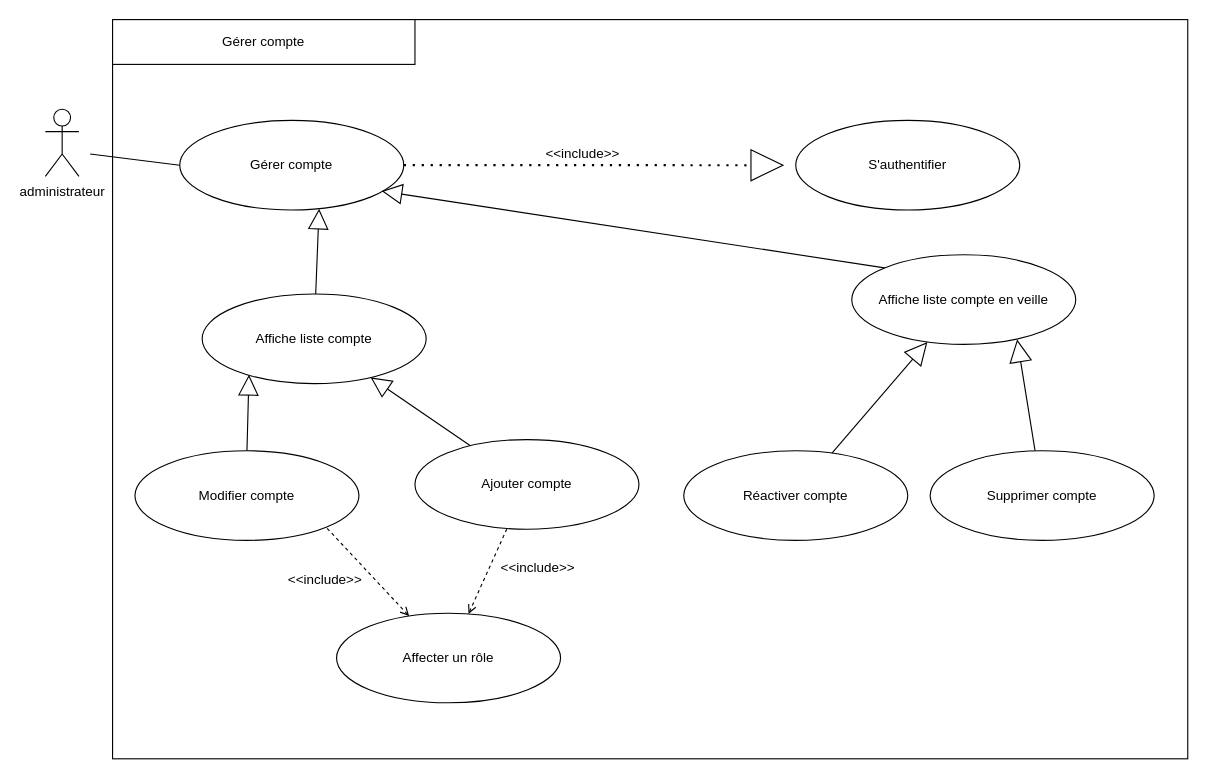
AbdelazizBs/GPAO-SpringApp keeps this draw.io diagram as cuGérerCompte.drawio. Above is the earlier version. Source tidied: cells renumbered, new cells numbered last; positions are measured from the earlier drawing's top-left corner, leaving out a move shared by most shapes. Both pictures are drawn from the tidied source at 112%, with x=0, y=0 at pixel (45, 19).
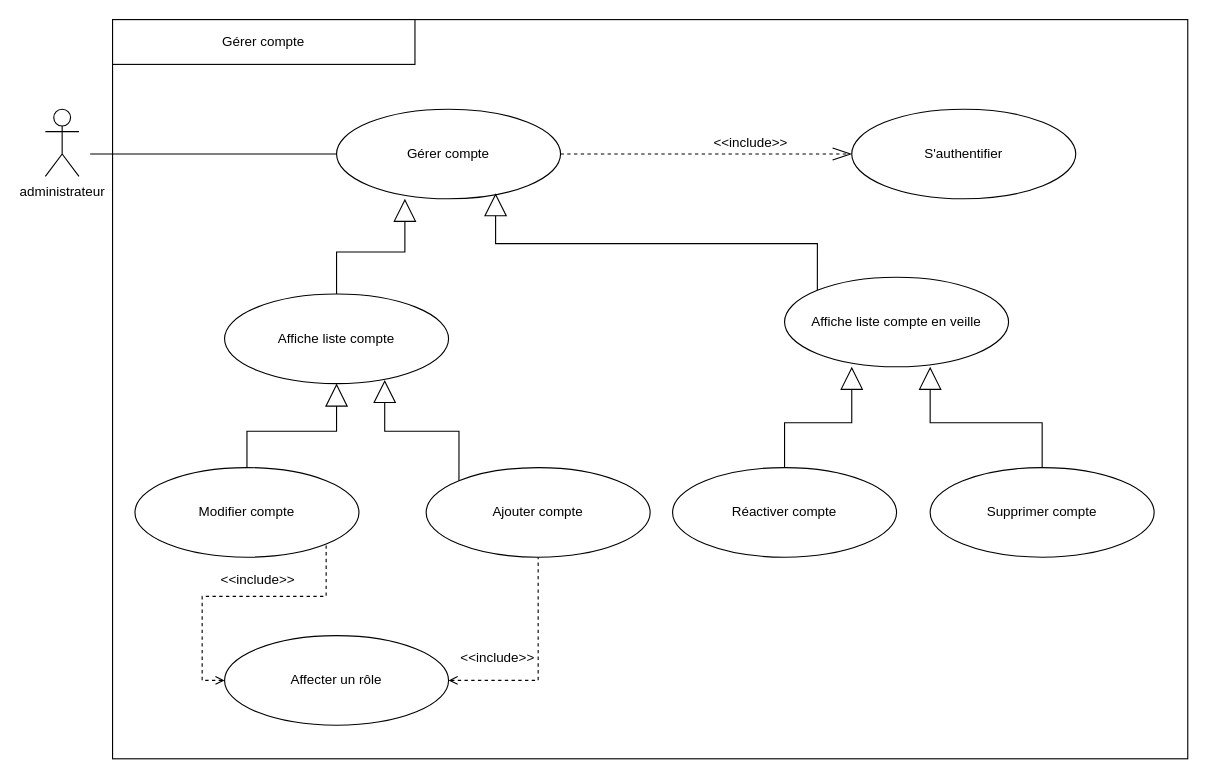
After the change.

Commit message:
Mettre à jour cuGérerCompte.drawio

The edit, as a diff of the source:
```diff
@@
+    <mxCell id="28" style="edgeStyle=orthogonalEdgeStyle;rounded=0;jettySize=auto;html=1;endArrow=openThin;endFill=0;endSize=15;dashed=1;" parent="1" edge="1" source="3" target="5">
+      <mxGeometry relative="1" as="geometry" />
+    </mxCell>
     <mxCell id="3" value="Gérer compte" style="ellipse;whiteSpace=wrap;html=1;" parent="1" vertex="1">
-      <mxGeometry x="120" y="90" width="200" height="80" as="geometry" />
+      <mxGeometry x="260" y="80" width="200" height="80" as="geometry" />
     </mxCell>
@@
     <mxCell id="5" value="S'authentifier" style="ellipse;whiteSpace=wrap;html=1;" parent="1" vertex="1">
-      <mxGeometry x="670" y="90" width="200" height="80" as="geometry" />
+      <mxGeometry x="720" y="80" width="200" height="80" as="geometry" />
     </mxCell>
-    <mxCell id="6" style="endArrow=none;dashed=1;html=1;dashPattern=1 3;strokeWidth=2;rounded=0;exitX=1;exitY=0.5;exitDx=0;exitDy=0;entryX=0;entryY=0.5;entryDx=0;entryDy=0;" parent="1" edge="1" source="3" target="7">
-      <mxGeometry relative="1" as="geometry" />
-    </mxCell>
-    <mxCell id="7" style="triangle;whiteSpace=wrap;html=1;rotation=0;" parent="1" vertex="1">
-      <mxGeometry x="630" y="116.2" width="28.6" height="27.7" as="geometry" />
-    </mxCell>
     <mxCell id="8" value="&amp;lt;&amp;lt;include&amp;gt;&amp;gt;" style="text;html=1;strokeColor=none;fillColor=none;align=center;verticalAlign=middle;whiteSpace=wrap;rounded=0;" parent="1" vertex="1">
-      <mxGeometry x="460" y="110" width="40" height="20" as="geometry" />
+      <mxGeometry x="610" y="100" width="40" height="20" as="geometry" />
     </mxCell>
@@
+    <mxCell id="15" style="edgeStyle=orthogonalEdgeStyle;rounded=0;jettySize=auto;html=1;entryX=0.305;entryY=1;entryDx=0;entryDy=0;entryPerimeter=0;endArrow=block;endFill=0;endSize=18;" parent="1" edge="1" source="11" target="3">
+      <mxGeometry relative="1" as="geometry" />
+    </mxCell>
     <mxCell id="11" value="Affiche liste compte" style="ellipse;whiteSpace=wrap;html=1;" parent="1" vertex="1">
-      <mxGeometry x="140" y="245" width="200" height="80" as="geometry" />
+      <mxGeometry x="160" y="245" width="200" height="80" as="geometry" />
     </mxCell>
-    <mxCell id="12" style="rounded=0;jettySize=auto;html=1;endSize=16;endArrow=block;endFill=0;" parent="1" edge="1" source="22" target="11">
-      <mxGeometry relative="1" as="geometry" />
-    </mxCell>
-    <mxCell id="13" style="rounded=0;jettySize=auto;html=1;endArrow=block;endFill=0;endSize=18;" parent="1" edge="1" source="14" target="18">
+    <mxCell id="13" style="edgeStyle=orthogonalEdgeStyle;rounded=0;jettySize=auto;html=1;entryX=0.3;entryY=1;entryDx=0;entryDy=0;entryPerimeter=0;endArrow=block;endFill=0;endSize=18;" parent="1" edge="1" source="14" target="18">
       <mxGeometry relative="1" as="geometry" />
     </mxCell>
     <mxCell id="14" value="Réactiver compte" style="ellipse;whiteSpace=wrap;html=1;" parent="1" vertex="1">
-      <mxGeometry x="570" y="385" width="200" height="80" as="geometry" />
+      <mxGeometry x="560" y="400" width="200" height="80" as="geometry" />
     </mxCell>
-    <mxCell id="15" style="rounded=0;jettySize=auto;html=1;entryX=0.622;entryY=0.985;entryDx=0;entryDy=0;endSize=16;endArrow=block;endFill=0;entryPerimeter=0;" parent="1" edge="1" source="11" target="3">
-      <mxGeometry relative="1" as="geometry" />
-    </mxCell>
+    <mxCell id="17" style="edgeStyle=orthogonalEdgeStyle;rounded=0;jettySize=auto;html=1;endArrow=block;endFill=0;endSize=18;" parent="1" edge="1" source="16" target="11">
+      <mxGeometry relative="1" as="geometry" />
+    </mxCell>
     <mxCell id="16" value="Modifier compte" style="ellipse;whiteSpace=wrap;html=1;" parent="1" vertex="1">
-      <mxGeometry x="80" y="385" width="200" height="80" as="geometry" />
+      <mxGeometry x="80" y="400" width="200" height="80" as="geometry" />
     </mxCell>
-    <mxCell id="17" style="rounded=0;jettySize=auto;html=1;entryX=0.209;entryY=0.902;entryDx=0;entryDy=0;endSize=16;endArrow=block;endFill=0;exitX=0.5;exitY=0;exitDx=0;exitDy=0;entryPerimeter=0;" parent="1" edge="1" source="16" target="11">
-      <mxGeometry relative="1" as="geometry" />
-    </mxCell>
+    <mxCell id="19" style="edgeStyle=orthogonalEdgeStyle;rounded=0;jettySize=auto;html=1;exitX=0;exitY=0;exitDx=0;exitDy=0;entryX=0.71;entryY=0.938;entryDx=0;entryDy=0;entryPerimeter=0;endArrow=block;endFill=0;endSize=18;" parent="1" edge="1" source="18" target="3">
+      <mxGeometry relative="1" as="geometry">
+        <Array as="points">
+          <mxPoint x="689" y="200" />
+          <mxPoint x="402" y="200" />
+        </Array>
+      </mxGeometry>
+    </mxCell>
     <mxCell id="18" value="Affiche liste compte en veille" style="ellipse;whiteSpace=wrap;html=1;" parent="1" vertex="1">
-      <mxGeometry x="720" y="210" width="200" height="80" as="geometry" />
+      <mxGeometry x="660" y="230" width="200" height="80" as="geometry" />
     </mxCell>
-    <mxCell id="19" style="rounded=0;jettySize=auto;html=1;entryX=0.901;entryY=0.788;entryDx=0;entryDy=0;endSize=16;endArrow=block;endFill=0;entryPerimeter=0;exitX=0;exitY=0;exitDx=0;exitDy=0;" parent="1" edge="1" source="18" target="3">
-      <mxGeometry relative="1" as="geometry" />
-    </mxCell>
-    <mxCell id="20" style="rounded=0;jettySize=auto;html=1;entryX=0.738;entryY=0.944;entryDx=0;entryDy=0;entryPerimeter=0;endArrow=block;endFill=0;endSize=18;" parent="1" edge="1" source="21" target="18">
+    <mxCell id="20" style="edgeStyle=orthogonalEdgeStyle;rounded=0;jettySize=auto;html=1;entryX=0.65;entryY=1;entryDx=0;entryDy=0;entryPerimeter=0;endArrow=block;endFill=0;endSize=18;" parent="1" edge="1" source="21" target="18">
       <mxGeometry relative="1" as="geometry" />
     </mxCell>
     <mxCell id="21" value="Supprimer compte" style="ellipse;whiteSpace=wrap;html=1;" parent="1" vertex="1">
-      <mxGeometry x="790" y="385" width="200" height="80" as="geometry" />
+      <mxGeometry x="790" y="400" width="200" height="80" as="geometry" />
     </mxCell>
+    <mxCell id="12" style="edgeStyle=orthogonalEdgeStyle;rounded=0;jettySize=auto;html=1;exitX=0;exitY=0;exitDx=0;exitDy=0;entryX=0.715;entryY=0.96;entryDx=0;entryDy=0;entryPerimeter=0;endArrow=block;endFill=0;endSize=18;" parent="1" edge="1" source="22" target="11">
+      <mxGeometry relative="1" as="geometry" />
+    </mxCell>
     <mxCell id="22" value="Ajouter compte" style="ellipse;whiteSpace=wrap;html=1;" parent="1" vertex="1">
-      <mxGeometry x="330" y="375" width="200" height="80" as="geometry" />
+      <mxGeometry x="340" y="400" width="200" height="80" as="geometry" />
     </mxCell>
-    <mxCell id="23" style="rounded=0;jettySize=auto;html=1;dashed=1;endArrow=none;endFill=0;endSize=9;startArrow=open;startFill=0;" parent="1" edge="1" source="25" target="22">
+    <mxCell id="23" style="rounded=0;jettySize=auto;html=1;dashed=1;endArrow=none;endFill=0;endSize=9;startArrow=open;startFill=0;edgeStyle=orthogonalEdgeStyle;exitX=1;exitY=0.5;exitDx=0;exitDy=0;" parent="1" edge="1" source="25" target="22">
       <mxGeometry relative="1" as="geometry" />
     </mxCell>
-    <mxCell id="24" style="rounded=0;jettySize=auto;html=1;entryX=1;entryY=1;entryDx=0;entryDy=0;dashed=1;endArrow=none;endFill=0;endSize=9;startArrow=open;startFill=0;" parent="1" edge="1" source="25" target="16">
+    <mxCell id="24" style="rounded=0;jettySize=auto;html=1;entryX=1;entryY=1;entryDx=0;entryDy=0;dashed=1;endArrow=none;endFill=0;endSize=9;startArrow=open;startFill=0;edgeStyle=orthogonalEdgeStyle;exitX=0;exitY=0.5;exitDx=0;exitDy=0;" parent="1" edge="1" source="25" target="16">
       <mxGeometry relative="1" as="geometry" />
     </mxCell>
     <mxCell id="25" value="Affecter un rôle" style="ellipse;whiteSpace=wrap;html=1;" parent="1" vertex="1">
-      <mxGeometry x="260" y="530" width="200" height="80" as="geometry" />
+      <mxGeometry x="160" y="550" width="200" height="80" as="geometry" />
     </mxCell>
     <mxCell id="26" value="&amp;lt;&amp;lt;include&amp;gt;&amp;gt;" style="text;html=1;strokeColor=none;fillColor=none;align=center;verticalAlign=middle;whiteSpace=wrap;rounded=0;" parent="1" vertex="1">
-      <mxGeometry x="230" y="490" width="40" height="20" as="geometry" />
+      <mxGeometry x="170" y="490" width="40" height="20" as="geometry" />
     </mxCell>
     <mxCell id="27" value="&amp;lt;&amp;lt;include&amp;gt;&amp;gt;" style="text;html=1;strokeColor=none;fillColor=none;align=center;verticalAlign=middle;whiteSpace=wrap;rounded=0;" parent="1" vertex="1">
-      <mxGeometry x="420" y="480" width="40" height="20" as="geometry" />
+      <mxGeometry x="384" y="560" width="40" height="20" as="geometry" />
     </mxCell>
```
